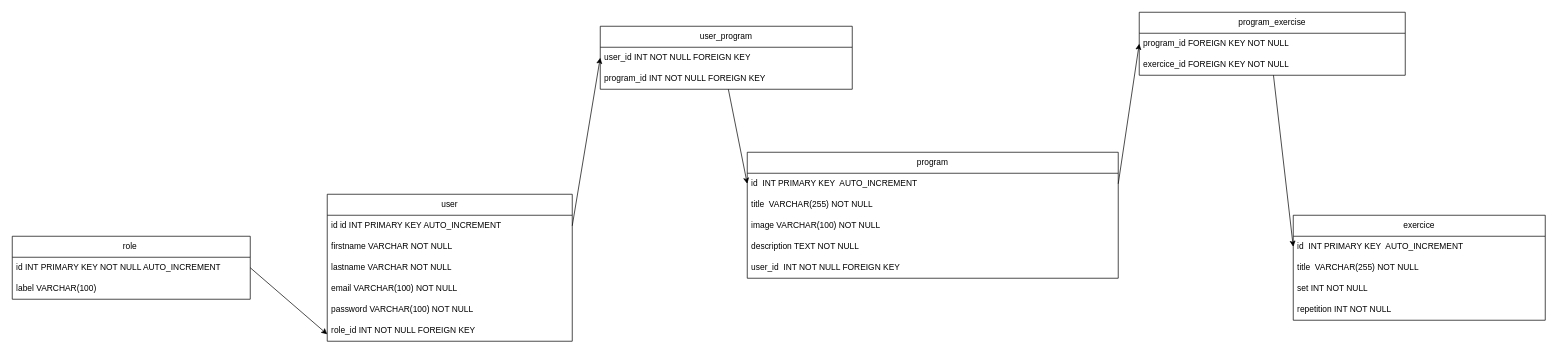
This is client/public/modelisation/MPD.dio from mathildeglet-cmd/BYS, a draw.io file, before an edit. Source tidied: cells renumbered, new cells numbered last; positions are measured from the earlier drawing's top-left corner, leaving out a move shared by most shapes. Both pictures are drawn from the tidied source at 70%, with x=0, y=0 at pixel (12, 12).
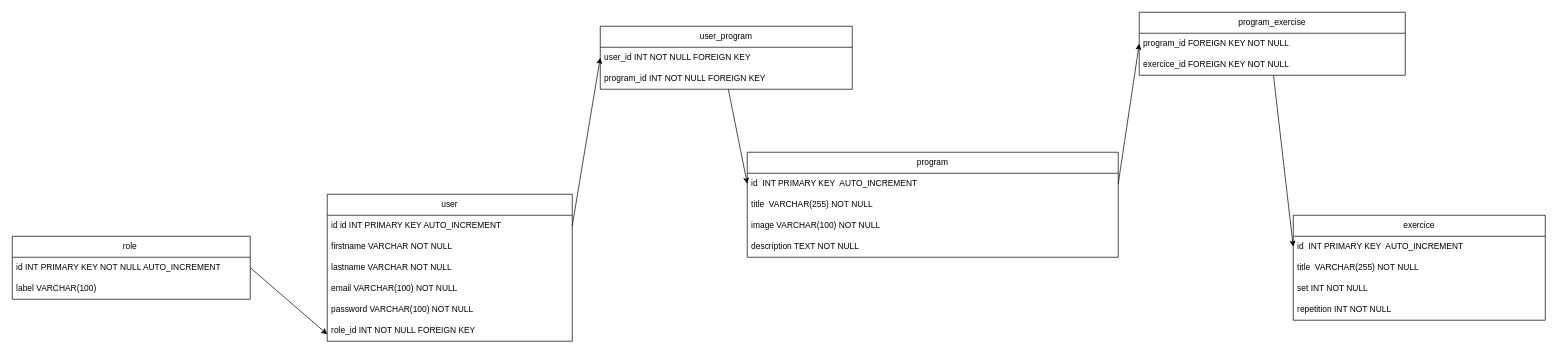
Above is the later version.

What changed in the source:
```diff
@@
     <mxCell id="14" value="program" style="swimlane;fontStyle=0;horizontal=1;startSize=30;whiteSpace=wrap;html=1;" parent="1" vertex="1">
-      <mxGeometry x="1050" y="200" width="530" height="180" as="geometry" />
+      <mxGeometry x="1050" y="200" width="530" height="150" as="geometry" />
     </mxCell>
@@
-    <mxCell id="19" value="user_id&amp;nbsp; INT NOT NULL FOREIGN KEY" style="text;strokeColor=none;fillColor=none;align=left;verticalAlign=middle;spacingLeft=4;spacingRight=4;overflow=hidden;whiteSpace=wrap;html=1;" parent="14" vertex="1">
-      <mxGeometry y="150" width="530" height="30" as="geometry" />
-    </mxCell>
```
